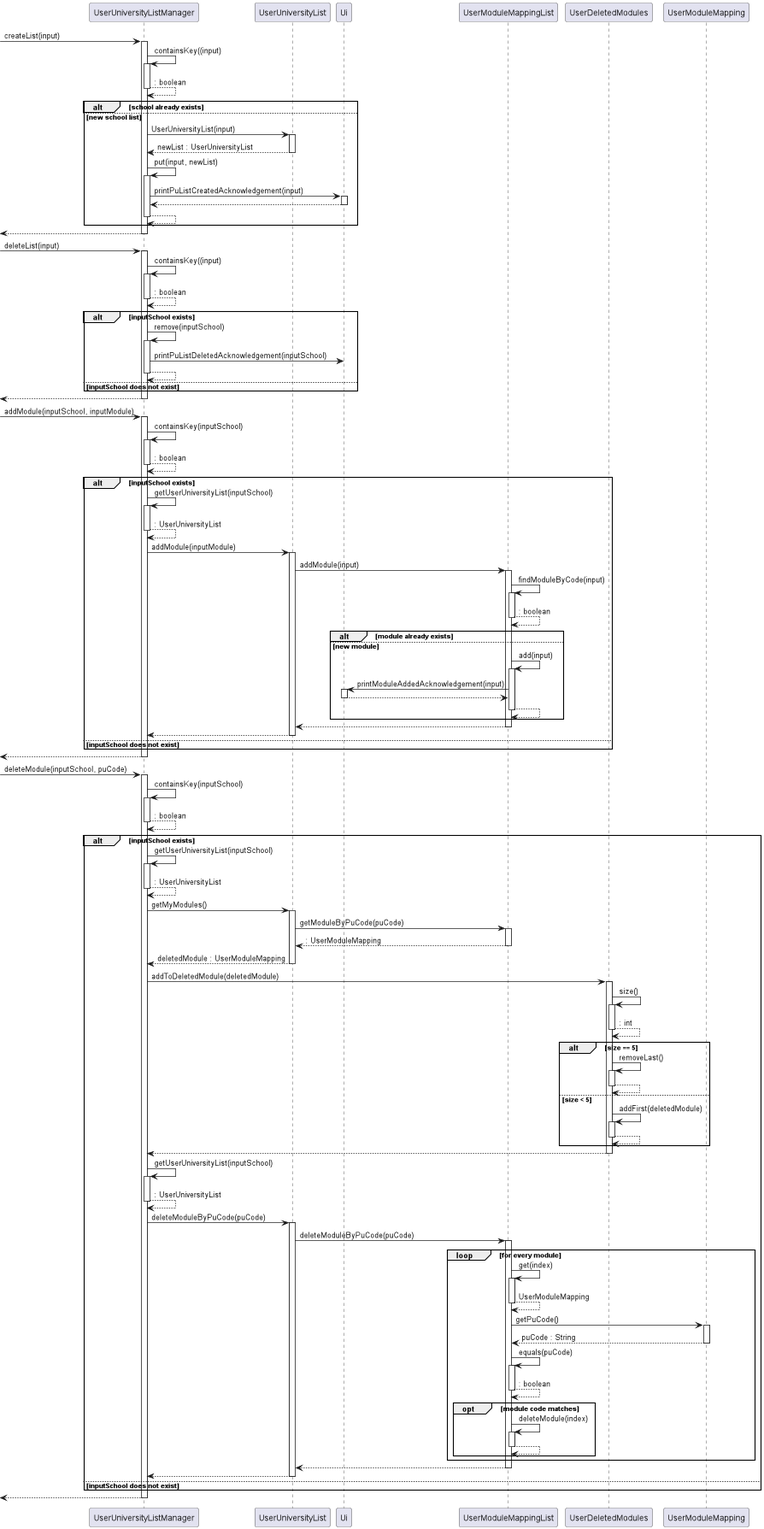
This is docs/images/UserUniversityListManager_Sequence.png from nus-cs2113-AY2223S1/tp, a PlantUML export, as it was before one commit.
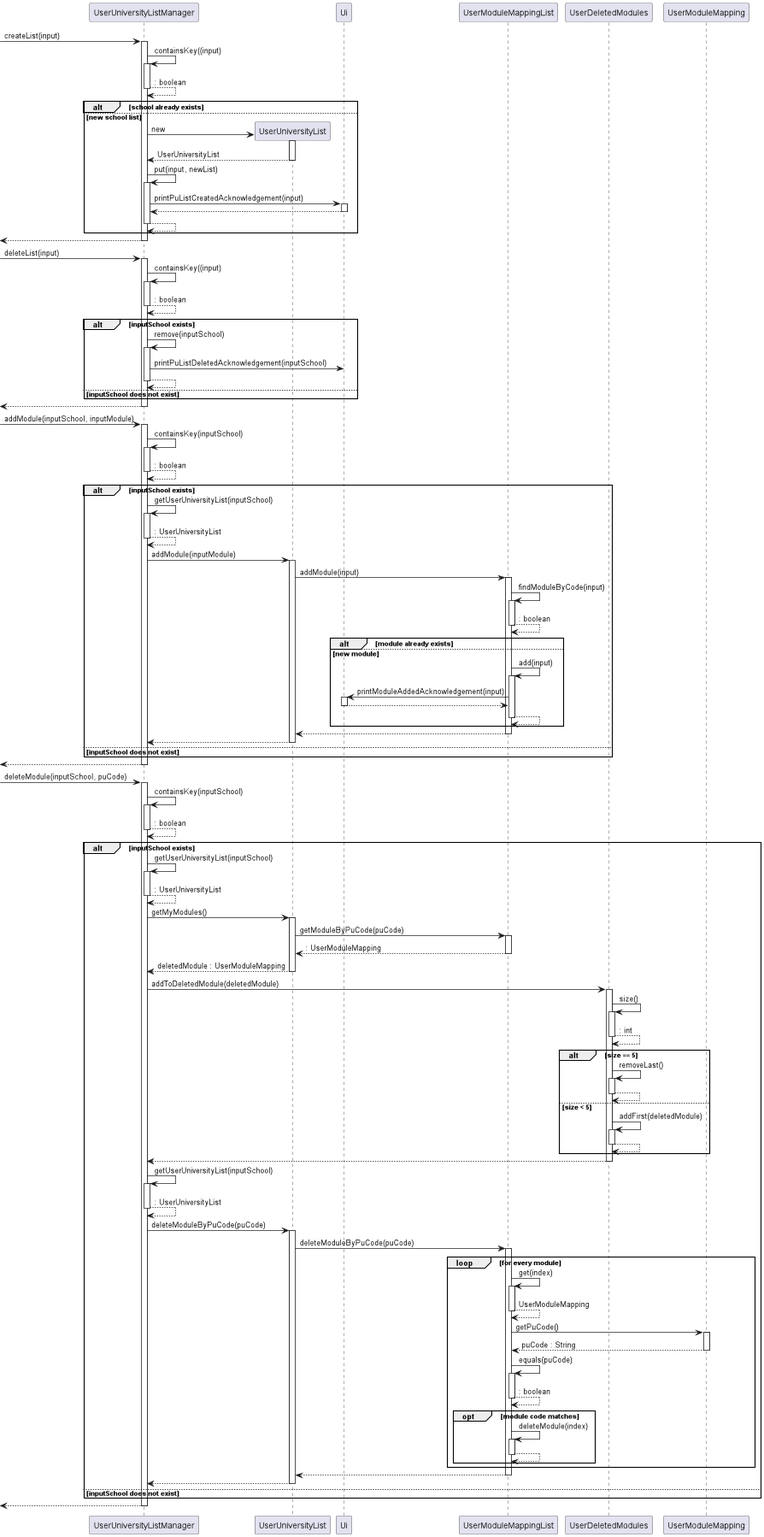
Above is the later version.

Change to the diagram source:
```diff
@@ -11,9 +11,9 @@
 alt school already exists
 
 else new school list
-    UserUniversityListManager -> UserUniversityList : UserUniversityList(input)
+    UserUniversityListManager -> UserUniversityList **: new
     activate UserUniversityList
-    return newList : UserUniversityList
+    return UserUniversityList
     UserUniversityListManager -> UserUniversityListManager : put(input, newList)
     activate UserUniversityListManager
 
@@ -144,8 +144,8 @@
         opt module code matches
         UserModuleMappingList -> UserModuleMappingList : deleteModule(index)
         activate UserModuleMappingList
-    return
-    end
+        return
+        end
 
     end
 
```
